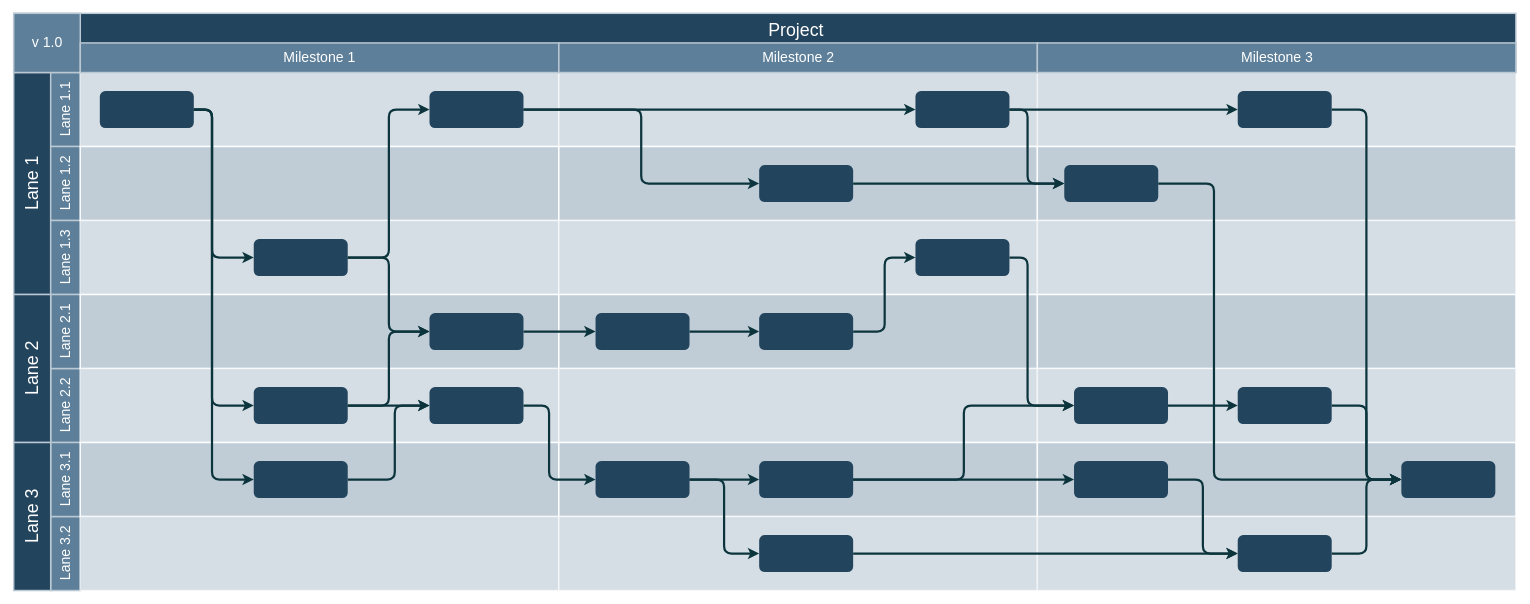
eddisonlazo/diagramas keeps this draw.io diagram as page "Page-1" (1 of 3) of Flujo Contable.drawio. Above is the earlier version. Source tidied: cells renumbered, new cells numbered last; positions are measured from the earlier drawing's top-left corner, leaving out a move shared by most shapes. Both pictures are drawn from the tidied source at 74%, with x=0, y=0 at pixel (13, 13).
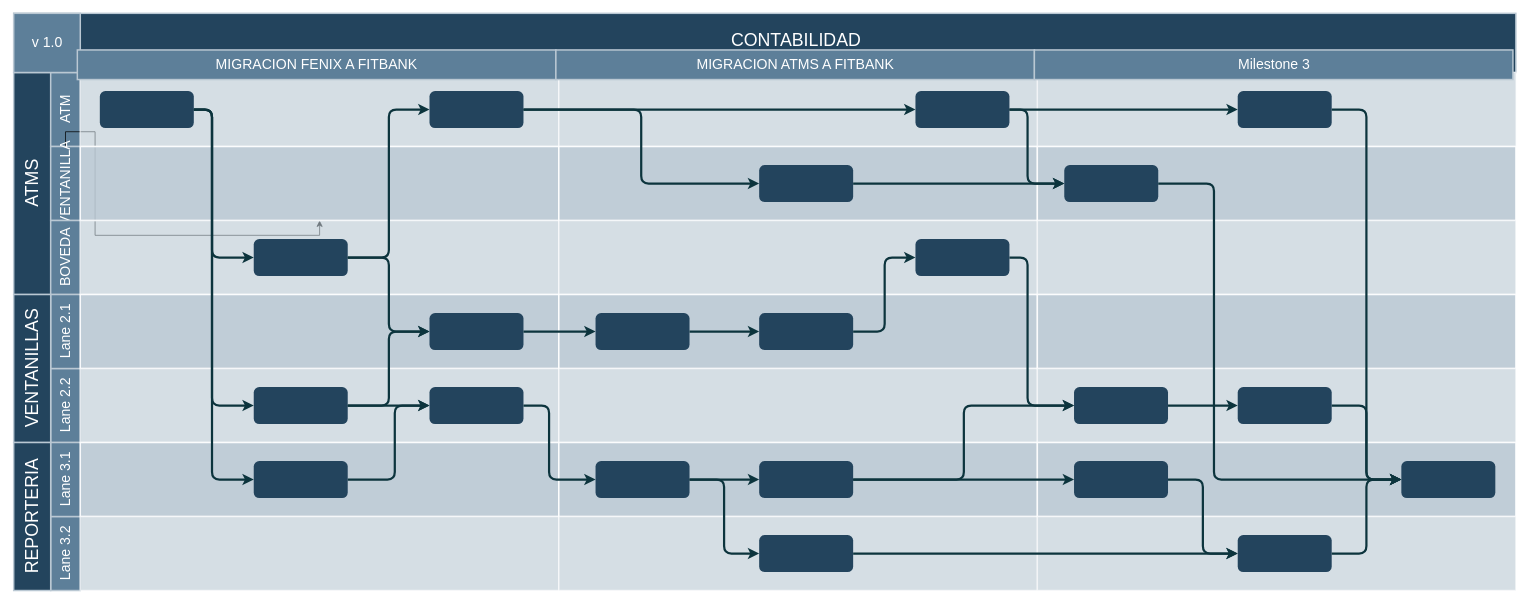
Above is the later version.

Unchanged cells that the change refers to:
```xml
<mxCell id="15" style="strokeColor=#FFFFFF;fillColor=#BAC8D3;fontSize=18;strokeWidth=2;fontFamily=Helvetica;html=1;opacity=90;" parent="1" vertex="1">
  <mxGeometry x="90" y="180.5" width="646.7" height="100" as="geometry" />
</mxCell>
```

Change to the diagram source:
```diff
@@
-    <mxCell id="2" value="Project&#10;" style="strokeColor=#BAC8D3;fillColor=#23445D;fontSize=24;strokeWidth=2;fontFamily=Helvetica;html=1;fontColor=#FFFFFF;fontStyle=0;spacingBottom=8;spacingRight=0;spacingLeft=83;" parent="1" vertex="1">
+    <mxCell id="2" value="CONTABILIDAD" style="strokeColor=#BAC8D3;fillColor=#23445D;fontSize=24;strokeWidth=2;fontFamily=Helvetica;html=1;fontColor=#FFFFFF;fontStyle=0;spacingBottom=8;spacingRight=0;spacingLeft=83;" parent="1" vertex="1">
       <mxGeometry y="0.5" width="2030" height="80" as="geometry" />
     </mxCell>
-    <mxCell id="3" value="Lane 1" style="strokeColor=#BAC8D3;fillColor=#23445D;fontSize=24;strokeWidth=2;horizontal=0;fontFamily=Helvetica;html=1;fontColor=#FFFFFF;fontStyle=0;" parent="1" vertex="1">
+    <mxCell id="3" value="ATMS" style="strokeColor=#BAC8D3;fillColor=#23445D;fontSize=24;strokeWidth=2;horizontal=0;fontFamily=Helvetica;html=1;fontColor=#FFFFFF;fontStyle=0;" parent="1" vertex="1">
       <mxGeometry y="80.5" width="50" height="300" as="geometry" />
     </mxCell>
-    <mxCell id="4" value="Lane 1.1" style="strokeColor=#BAC8D3;fillColor=#5d7f99;fontSize=19;strokeWidth=2;horizontal=0;fontFamily=Helvetica;html=1;labelBackgroundColor=none;fontColor=#FFFFFF;" parent="1" vertex="1">
+    <mxCell id="4" value="ATM" style="strokeColor=#BAC8D3;fillColor=#5d7f99;fontSize=19;strokeWidth=2;horizontal=0;fontFamily=Helvetica;html=1;labelBackgroundColor=none;fontColor=#FFFFFF;" parent="1" vertex="1">
       <mxGeometry x="50" y="80.5" width="40" height="100" as="geometry" />
     </mxCell>
@@
+    <mxCell id="90" style="edgeStyle=orthogonalEdgeStyle;rounded=0;jettySize=auto;html=1;" parent="1" edge="1" source="6" target="15">
+      <mxGeometry relative="1" as="geometry" />
+    </mxCell>
-    <mxCell id="6" value="Lane 1.2" style="strokeColor=#BAC8D3;fillColor=#5d7f99;fontSize=19;strokeWidth=2;horizontal=0;fontFamily=Helvetica;html=1;labelBackgroundColor=none;fontColor=#FFFFFF;" parent="1" vertex="1">
+    <mxCell id="6" value="VENTANILLA" style="strokeColor=#BAC8D3;fillColor=#5d7f99;fontSize=19;strokeWidth=2;horizontal=0;fontFamily=Helvetica;html=1;labelBackgroundColor=none;fontColor=#FFFFFF;" parent="1" vertex="1">
       <mxGeometry x="50" y="180.5" width="40" height="100" as="geometry" />
     </mxCell>
-    <mxCell id="7" value="Lane 1.3" style="strokeColor=#BAC8D3;fillColor=#5d7f99;fontSize=19;strokeWidth=2;horizontal=0;fontFamily=Helvetica;html=1;labelBackgroundColor=none;fontColor=#FFFFFF;" parent="1" vertex="1">
+    <mxCell id="7" value="BOVEDA" style="strokeColor=#BAC8D3;fillColor=#5d7f99;fontSize=19;strokeWidth=2;horizontal=0;fontFamily=Helvetica;html=1;labelBackgroundColor=none;fontColor=#FFFFFF;" parent="1" vertex="1">
       <mxGeometry x="50" y="280.5" width="40" height="100" as="geometry" />
     </mxCell>
@@
-    <mxCell id="10" value="Lane 2" style="strokeColor=#BAC8D3;fillColor=#23445D;fontSize=24;strokeWidth=2;horizontal=0;fontFamily=Helvetica;html=1;fontColor=#FFFFFF;fontStyle=0;" parent="1" vertex="1">
+    <mxCell id="10" value="VENTANILLAS" style="strokeColor=#BAC8D3;fillColor=#23445D;fontSize=24;strokeWidth=2;horizontal=0;fontFamily=Helvetica;html=1;fontColor=#FFFFFF;fontStyle=0;" parent="1" vertex="1">
       <mxGeometry y="380.5" width="50" height="200" as="geometry" />
     </mxCell>
@@
-    <mxCell id="13" value="Lane 3" style="strokeColor=#BAC8D3;fillColor=#23445D;fontSize=24;strokeWidth=2;horizontal=0;fontFamily=Helvetica;html=1;fontColor=#FFFFFF;fontStyle=0;" parent="1" vertex="1">
+    <mxCell id="13" value="REPORTERIA" style="strokeColor=#BAC8D3;fillColor=#23445D;fontSize=24;strokeWidth=2;horizontal=0;fontFamily=Helvetica;html=1;fontColor=#FFFFFF;fontStyle=0;" parent="1" vertex="1">
       <mxGeometry y="580.5" width="50" height="200" as="geometry" />
     </mxCell>
@@
     <mxCell id="86" style="group;" parent="1" vertex="1">
-      <mxGeometry x="90" y="40.5" width="646.7" height="40" as="geometry" />
+      <mxGeometry x="86" y="50" width="646.7" height="40" as="geometry" />
     </mxCell>
-    <mxCell id="87" value="Milestone 1" style="strokeColor=#BAC8D3;fillColor=#5d7f99;fontSize=19;strokeWidth=2;fontFamily=Helvetica;html=1;labelBackgroundColor=none;fontColor=#FFFFFF;" parent="86" vertex="1">
+    <mxCell id="87" value="MIGRACION FENIX A FITBANK" style="strokeColor=#BAC8D3;fillColor=#5d7f99;fontSize=19;strokeWidth=2;fontFamily=Helvetica;html=1;labelBackgroundColor=none;fontColor=#FFFFFF;" parent="86" vertex="1">
       <mxGeometry width="646.7" height="40" as="geometry" />
     </mxCell>
-    <mxCell id="88" value="Milestone 2" style="strokeColor=#BAC8D3;fillColor=#5d7f99;fontSize=19;strokeWidth=2;fontFamily=Helvetica;html=1;labelBackgroundColor=none;fontColor=#FFFFFF;" parent="86" vertex="1">
+    <mxCell id="88" value="MIGRACION ATMS A FITBANK" style="strokeColor=#BAC8D3;fillColor=#5d7f99;fontSize=19;strokeWidth=2;fontFamily=Helvetica;html=1;labelBackgroundColor=none;fontColor=#FFFFFF;" parent="86" vertex="1">
       <mxGeometry x="646.7" width="646.7" height="40" as="geometry" />
     </mxCell>
```
